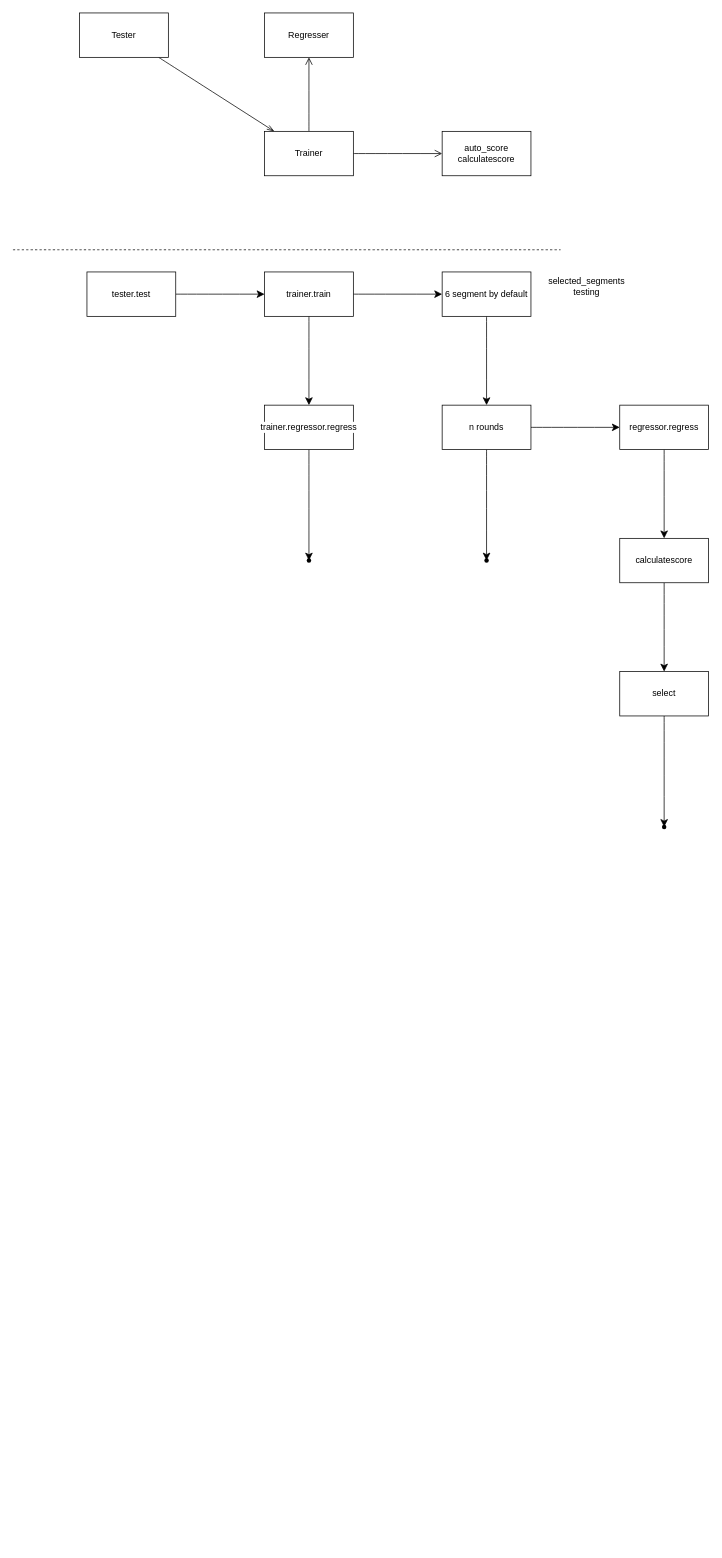
Above: tongdengfund/方法论.drawio in mistyeye11/drawio (draw.io), before the change. Source tidied: cells renumbered, new cells numbered last; positions are measured from the earlier drawing's top-left corner, leaving out a move shared by most shapes. Both pictures are drawn from the tidied source at 74%, with x=0, y=0 at pixel (13, 13).
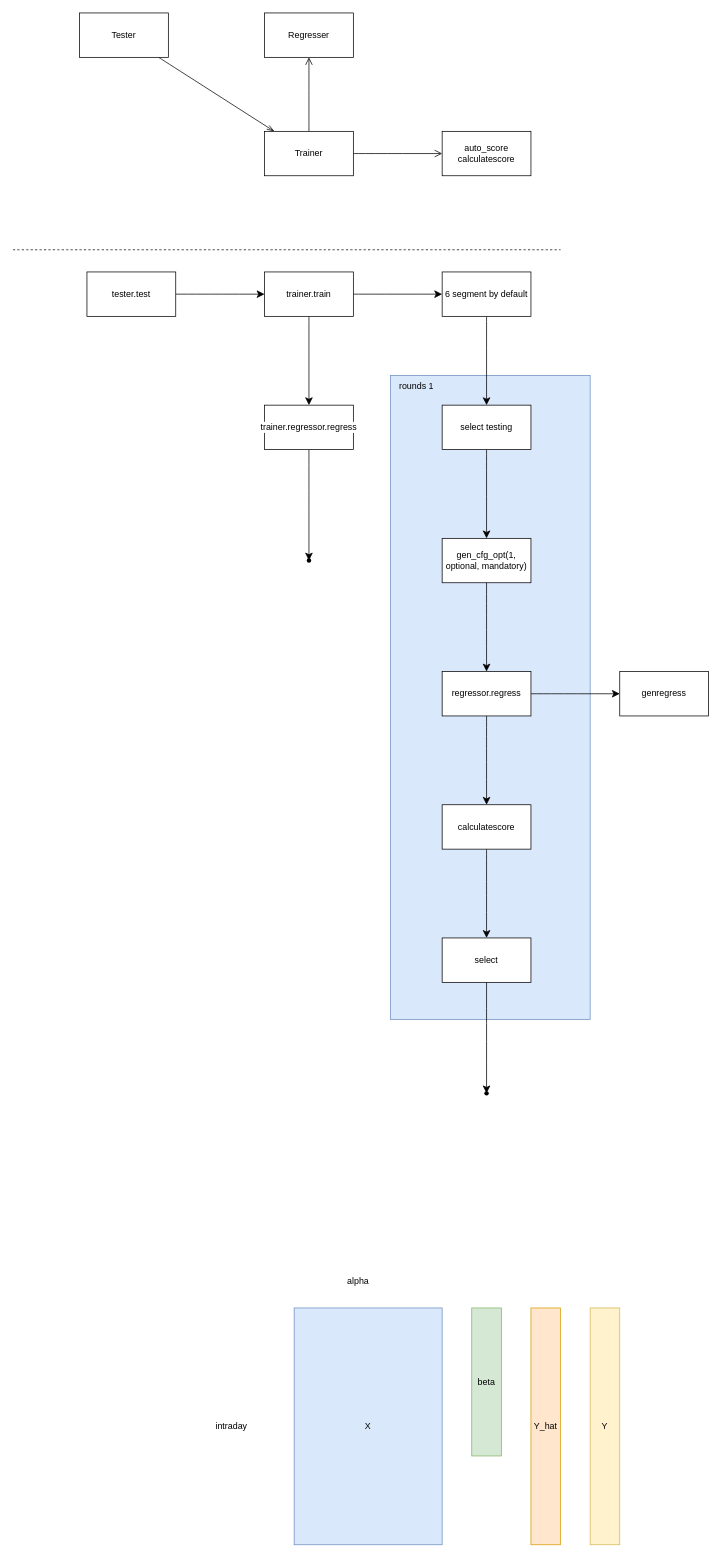
The same page after the edit.

Commit message:
更新方法论.drawio

The edit, as a diff of the source:
```diff
@@
+    <mxCell id="32" style="rounded=0;whiteSpace=wrap;html=1;strokeColor=#6c8ebf;align=center;verticalAlign=middle;fontFamily=Helvetica;fontSize=12;fillColor=#dae8fc;" parent="1" vertex="1">
+      <mxGeometry x="510" y="490" width="270" height="870" as="geometry" />
+    </mxCell>
@@
-    <mxCell id="20" value="&lt;div&gt;selected_segments&lt;/div&gt;&lt;div&gt;testing&lt;br&gt;&lt;/div&gt;" style="text;html=1;align=center;verticalAlign=middle;strokeColor=none;fillColor=none;fontSize=12;fontFamily=Helvetica;fontColor=default;" parent="1" vertex="1">
-      <mxGeometry x="710" y="350" width="130" height="40" as="geometry" />
-    </mxCell>
-    <mxCell id="21" style="edgeStyle=none;curved=1;rounded=0;jettySize=auto;html=1;fontFamily=Helvetica;fontSize=12;fontColor=default;startSize=8;endSize=8;" parent="1" edge="1" source="23" target="24">
-      <mxGeometry relative="1" as="geometry" />
-    </mxCell>
-    <mxCell id="22" style="edgeStyle=none;curved=1;rounded=0;jettySize=auto;html=1;fontFamily=Helvetica;fontSize=12;fontColor=default;startSize=8;endSize=8;" parent="1" edge="1" source="23" target="26">
-      <mxGeometry relative="1" as="geometry" />
-    </mxCell>
+    <mxCell id="33" style="edgeStyle=none;curved=1;rounded=0;jettySize=auto;html=1;fontFamily=Helvetica;fontSize=12;fontColor=default;startSize=8;endSize=8;" parent="1" edge="1" source="23" target="37">
+      <mxGeometry relative="1" as="geometry" />
+    </mxCell>
-    <mxCell id="23" value="n rounds" style="whiteSpace=wrap;html=1;rounded=0;" parent="1" vertex="1">
+    <mxCell id="23" value="select testing" style="whiteSpace=wrap;html=1;rounded=0;" parent="1" vertex="1">
       <mxGeometry x="580" y="530" width="120" height="60" as="geometry" />
     </mxCell>
-    <mxCell id="24" style="shape=waypoint;sketch=0;size=6;points=[];fillColor=default;perimeter=centerPerimeter;snapToPoint=1;rounded=0;" parent="1" vertex="1">
-      <mxGeometry x="630" y="730" width="20" height="20" as="geometry" />
-    </mxCell>
@@
+    <mxCell id="34" style="edgeStyle=none;curved=1;rounded=0;jettySize=auto;html=1;fontFamily=Helvetica;fontSize=12;fontColor=default;startSize=8;endSize=8;" parent="1" edge="1" source="26" target="35">
+      <mxGeometry relative="1" as="geometry" />
+    </mxCell>
     <mxCell id="26" value="regressor.regress" style="whiteSpace=wrap;html=1;rounded=0;" parent="1" vertex="1">
-      <mxGeometry x="820" y="530" width="120" height="60" as="geometry" />
+      <mxGeometry x="580" y="890" width="120" height="60" as="geometry" />
     </mxCell>
@@
     <mxCell id="28" value="calculatescore" style="whiteSpace=wrap;html=1;rounded=0;" parent="1" vertex="1">
-      <mxGeometry x="820" y="710" width="120" height="60" as="geometry" />
+      <mxGeometry x="580" y="1070" width="120" height="60" as="geometry" />
     </mxCell>
@@
     <mxCell id="30" value="select" style="whiteSpace=wrap;html=1;rounded=0;" parent="1" vertex="1">
-      <mxGeometry x="820" y="890" width="120" height="60" as="geometry" />
+      <mxGeometry x="580" y="1250" width="120" height="60" as="geometry" />
     </mxCell>
     <mxCell id="31" style="shape=waypoint;sketch=0;size=6;points=[];fillColor=default;perimeter=centerPerimeter;snapToPoint=1;rounded=0;" parent="1" vertex="1">
-      <mxGeometry x="870" y="1090" width="20" height="20" as="geometry" />
+      <mxGeometry x="630" y="1450" width="20" height="20" as="geometry" />
     </mxCell>
+    <mxCell id="35" value="genregress" style="whiteSpace=wrap;html=1;rounded=0;" parent="1" vertex="1">
+      <mxGeometry x="820" y="890" width="120" height="60" as="geometry" />
+    </mxCell>
+    <mxCell id="36" style="edgeStyle=none;curved=1;rounded=0;jettySize=auto;html=1;fontFamily=Helvetica;fontSize=12;fontColor=default;startSize=8;endSize=8;" parent="1" edge="1" source="37" target="26">
+      <mxGeometry relative="1" as="geometry" />
+    </mxCell>
+    <mxCell id="37" value="gen_cfg_opt(1, optional, mandatory)" style="whiteSpace=wrap;html=1;rounded=0;" parent="1" vertex="1">
+      <mxGeometry x="580" y="710" width="120" height="60" as="geometry" />
+    </mxCell>
+    <mxCell id="38" value="&lt;div&gt;rounds 1&lt;/div&gt;" style="text;html=1;align=center;verticalAlign=middle;strokeColor=none;fillColor=none;fontSize=12;fontFamily=Helvetica;fontColor=default;" parent="1" vertex="1">
+      <mxGeometry x="510" y="490" width="70" height="30" as="geometry" />
+    </mxCell>
+    <mxCell id="39" value="Y_hat" style="rounded=0;whiteSpace=wrap;html=1;strokeColor=#d79b00;align=center;verticalAlign=middle;fontFamily=Helvetica;fontSize=12;fillColor=#ffe6cc;" parent="1" vertex="1">
+      <mxGeometry x="700" y="1750" width="40" height="320" as="geometry" />
+    </mxCell>
+    <mxCell id="40" value="alpha" style="text;whiteSpace=wrap;html=1;fontFamily=Helvetica;fontSize=12;fontColor=default;" parent="1" vertex="1">
+      <mxGeometry x="450" y="1700" width="60" height="40" as="geometry" />
+    </mxCell>
+    <mxCell id="41" value="X" style="rounded=0;whiteSpace=wrap;html=1;strokeColor=#6c8ebf;align=center;verticalAlign=middle;fontFamily=Helvetica;fontSize=12;fillColor=#dae8fc;" parent="1" vertex="1">
+      <mxGeometry x="380" y="1750" width="200" height="320" as="geometry" />
+    </mxCell>
+    <mxCell id="42" value="beta" style="rounded=0;whiteSpace=wrap;html=1;strokeColor=#82b366;align=center;verticalAlign=middle;fontFamily=Helvetica;fontSize=12;fillColor=#d5e8d4;" parent="1" vertex="1">
+      <mxGeometry x="620" y="1750" width="40" height="200" as="geometry" />
+    </mxCell>
+    <mxCell id="43" value="Y" style="rounded=0;whiteSpace=wrap;html=1;strokeColor=#d6b656;align=center;verticalAlign=middle;fontFamily=Helvetica;fontSize=12;fillColor=#fff2cc;" parent="1" vertex="1">
+      <mxGeometry x="780" y="1750" width="40" height="320" as="geometry" />
+    </mxCell>
+    <mxCell id="44" value="intraday" style="text;html=1;align=center;verticalAlign=middle;strokeColor=none;fillColor=none;fontSize=12;fontFamily=Helvetica;fontColor=default;" parent="1" vertex="1">
+      <mxGeometry x="260" y="1895" width="70" height="30" as="geometry" />
+    </mxCell>
```
